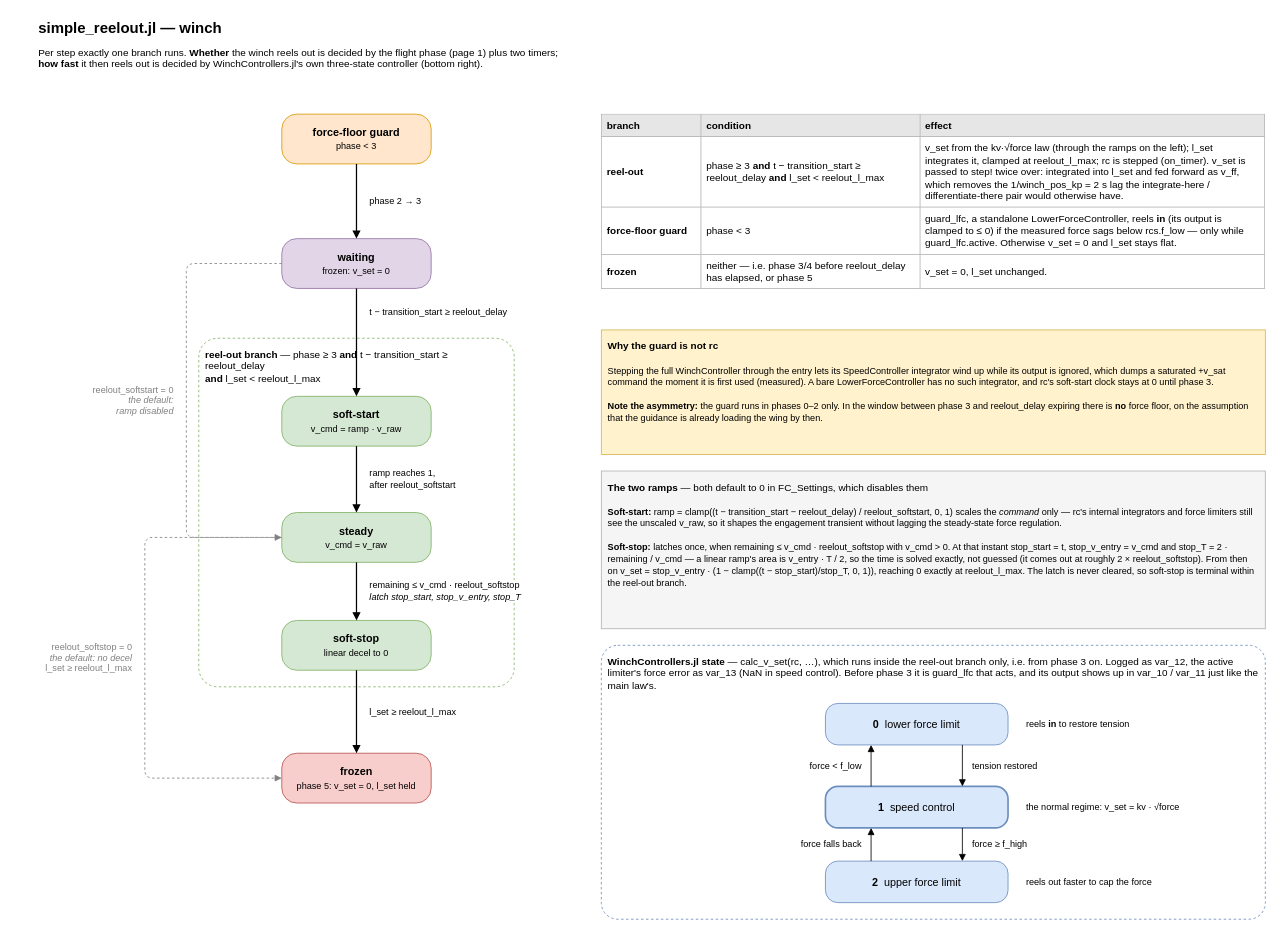
The draw.io diagram page "Winch" (2 of 2) of docs/reelout_state_machine.drawio in OpenSourceAWE/SimpleKiteControllers.jl, before the edit. Source tidied: cells renumbered, new cells numbered last; positions are measured from the earlier drawing's top-left corner, leaving out a move shared by most shapes. Both pictures are drawn from the tidied source at 83%, with x=0, y=0 at pixel (37, 14).
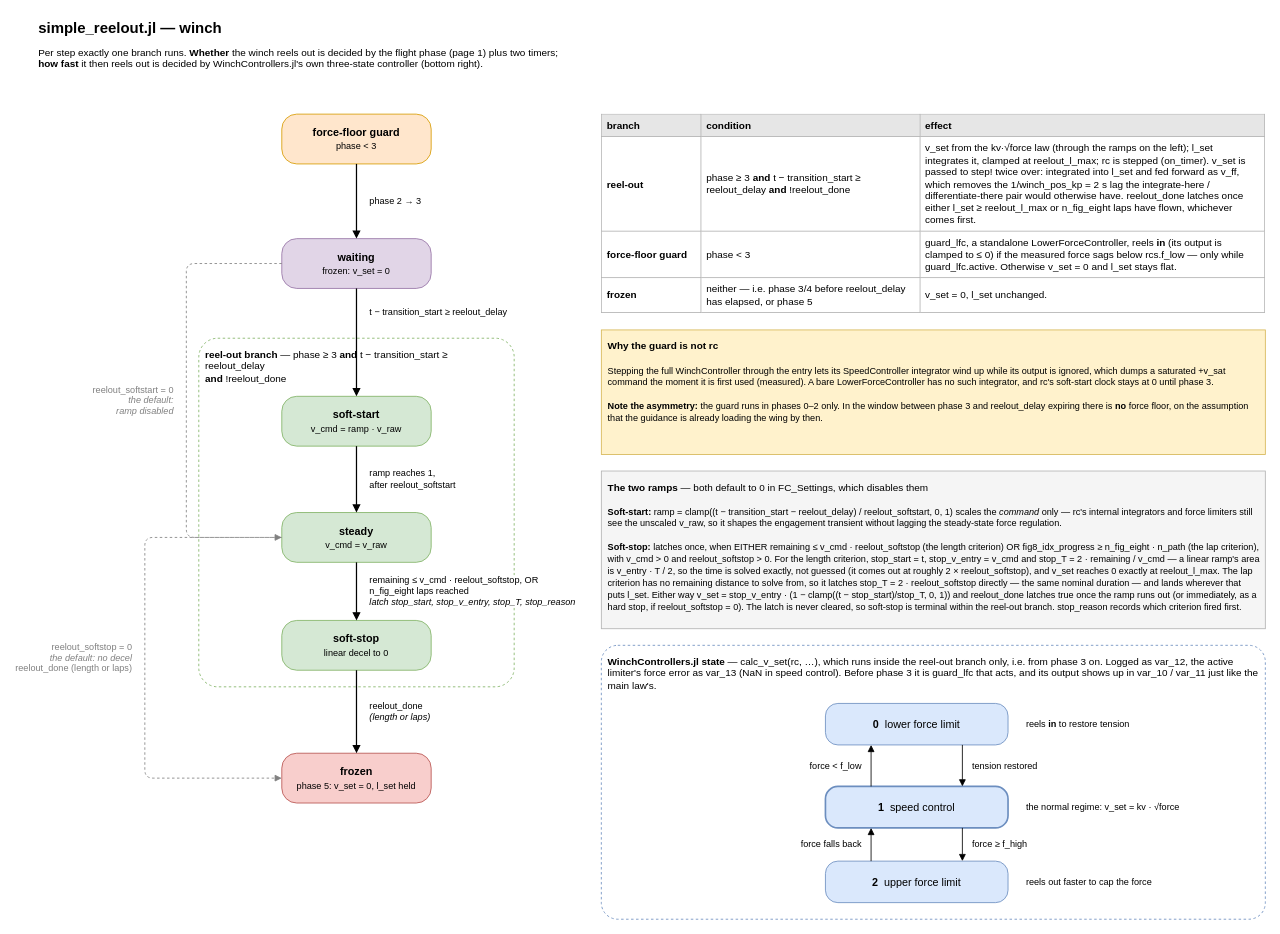
The same diagram, later.

Commit message (it also covers changes not shown here):
Add n_fig_eight limit

The change refers to these unchanged cells:
```xml
<mxCell id="8" value="&lt;b&gt;steady&lt;/b&gt;&lt;br&gt;&lt;font style=&quot;font-size:11px&quot;&gt;v_cmd = v_raw&lt;/font&gt;" style="rounded=1;arcSize=30;whiteSpace=wrap;html=1;fillColor=#d5e8d4;strokeColor=#82b366;fontSize=13;" parent="1" vertex="1">
  <mxGeometry x="295" y="600" width="180" height="60" as="geometry" />
</mxCell>
<mxCell id="9" value="&lt;b&gt;soft-stop&lt;/b&gt;&lt;br&gt;&lt;font style=&quot;font-size:11px&quot;&gt;linear decel to 0&lt;/font&gt;" style="rounded=1;arcSize=30;whiteSpace=wrap;html=1;fillColor=#d5e8d4;strokeColor=#82b366;fontSize=13;" parent="1" vertex="1">
  <mxGeometry x="295" y="730" width="180" height="60" as="geometry" />
</mxCell>
<mxCell id="10" value="&lt;b&gt;frozen&lt;/b&gt;&lt;br&gt;&lt;font style=&quot;font-size:11px&quot;&gt;phase 5: v_set = 0, l_set held&lt;/font&gt;" style="rounded=1;arcSize=30;whiteSpace=wrap;html=1;fillColor=#f8cecc;strokeColor=#b85450;fontSize=13;" parent="1" vertex="1">
  <mxGeometry x="295" y="890" width="180" height="60" as="geometry" />
</mxCell>
```

Change to the diagram source:
```diff
@@
-    <mxCell id="4" value="&lt;font style=&quot;font-size:12px&quot;&gt;&lt;b&gt;reel-out branch&lt;/b&gt; — phase ≥ 3 &lt;b&gt;and&lt;/b&gt; t − transition_start ≥ reelout_delay&lt;br&gt;&lt;b&gt;and&lt;/b&gt; l_set &amp;lt; reelout_l_max&lt;/font&gt;" style="rounded=1;arcSize=6;whiteSpace=wrap;html=1;fillColor=none;strokeColor=#82b366;dashed=1;verticalAlign=top;align=left;spacing=8;" parent="1" vertex="1">
+    <mxCell id="4" value="&lt;font style=&quot;font-size:12px&quot;&gt;&lt;b&gt;reel-out branch&lt;/b&gt; — phase ≥ 3 &lt;b&gt;and&lt;/b&gt; t − transition_start ≥ reelout_delay&lt;br&gt;&lt;b&gt;and&lt;/b&gt; !reelout_done&lt;/font&gt;" style="rounded=1;arcSize=6;whiteSpace=wrap;html=1;fillColor=none;strokeColor=#82b366;dashed=1;verticalAlign=top;align=left;spacing=8;" parent="1" vertex="1">
       <mxGeometry x="195" y="390" width="380" height="420" as="geometry" />
     </mxCell>
@@
-    <mxCell id="14" value="&lt;font style=&quot;font-size:11px&quot;&gt;remaining ≤ v_cmd · reelout_softstop&lt;br&gt;&lt;i&gt;latch stop_start, stop_v_entry, stop_T&lt;/i&gt;&lt;/font&gt;" style="edgeStyle=orthogonalEdgeStyle;rounded=1;html=1;endArrow=block;endFill=1;strokeWidth=1.5;align=left;verticalAlign=middle;labelBackgroundColor=#ffffff;" parent="1" edge="1" source="8" target="9">
+    <mxCell id="14" value="&lt;font style=&quot;font-size:11px&quot;&gt;remaining ≤ v_cmd · reelout_softstop, OR&lt;br&gt;n_fig_eight laps reached&lt;br&gt;&lt;i&gt;latch stop_start, stop_v_entry, stop_T, stop_reason&lt;/i&gt;&lt;/font&gt;" style="edgeStyle=orthogonalEdgeStyle;rounded=1;html=1;endArrow=block;endFill=1;strokeWidth=1.5;align=left;verticalAlign=middle;labelBackgroundColor=#ffffff;" parent="1" edge="1" source="8" target="9">
       <mxGeometry relative="1" as="geometry">
         <mxPoint x="14" as="offset" />
       </mxGeometry>
     </mxCell>
-    <mxCell id="15" value="&lt;font style=&quot;font-size:11px&quot;&gt;l_set ≥ reelout_l_max&lt;/font&gt;" style="edgeStyle=orthogonalEdgeStyle;rounded=1;html=1;endArrow=block;endFill=1;strokeWidth=1.5;align=left;verticalAlign=middle;labelBackgroundColor=#ffffff;" parent="1" edge="1" source="9" target="10">
+    <mxCell id="15" value="&lt;font style=&quot;font-size:11px&quot;&gt;reelout_done&lt;br&gt;&lt;i&gt;(length or laps)&lt;/i&gt;&lt;/font&gt;" style="edgeStyle=orthogonalEdgeStyle;rounded=1;html=1;endArrow=block;endFill=1;strokeWidth=1.5;align=left;verticalAlign=middle;labelBackgroundColor=#ffffff;" parent="1" edge="1" source="9" target="10">
       <mxGeometry relative="1" as="geometry">
         <mxPoint x="14" as="offset" />
       </mxGeometry>
     </mxCell>
@@
-    <mxCell id="17" value="&lt;font style=&quot;font-size:11px&quot;&gt;reelout_softstop = 0&lt;br&gt;&lt;i&gt;the default: no decel&lt;/i&gt;&lt;br&gt;l_set ≥ reelout_l_max&lt;/font&gt;" style="edgeStyle=orthogonalEdgeStyle;rounded=1;html=1;endArrow=block;endFill=1;dashed=1;strokeColor=#808080;fontColor=#808080;exitX=0;exitY=0.5;exitDx=0;exitDy=0;entryX=0;entryY=0.5;entryDx=0;entryDy=0;align=right;verticalAlign=middle;labelBackgroundColor=#ffffff;" parent="1" edge="1" source="8" target="10">
+    <mxCell id="17" value="&lt;font style=&quot;font-size:11px&quot;&gt;reelout_softstop = 0&lt;br&gt;&lt;i&gt;the default: no decel&lt;/i&gt;&lt;br&gt;reelout_done (length or laps)&lt;/font&gt;" style="edgeStyle=orthogonalEdgeStyle;rounded=1;html=1;endArrow=block;endFill=1;dashed=1;strokeColor=#808080;fontColor=#808080;exitX=0;exitY=0.5;exitDx=0;exitDy=0;entryX=0;entryY=0.5;entryDx=0;entryDy=0;align=right;verticalAlign=middle;labelBackgroundColor=#ffffff;" parent="1" edge="1" source="8" target="10">
       <mxGeometry relative="1" as="geometry">
         <Array as="points">
           <mxPoint x="130" y="630" />
           <mxPoint x="130" y="920" />
         </Array>
         <mxPoint x="-14" as="offset" />
       </mxGeometry>
     </mxCell>
-    <mxCell id="18" value="&lt;table border=&quot;1&quot; cellpadding=&quot;6&quot; cellspacing=&quot;0&quot; style=&quot;width:100%;border-collapse:collapse;font-size:12px;border-color:#b3b3b3&quot;&gt;&lt;tr style=&quot;background:#e6e6e6&quot;&gt;&lt;th align=&quot;left&quot; width=&quot;15%&quot;&gt;branch&lt;/th&gt;&lt;th align=&quot;left&quot; width=&quot;33%&quot;&gt;condition&lt;/th&gt;&lt;th align=&quot;left&quot; width=&quot;52%&quot;&gt;effect&lt;/th&gt;&lt;/tr&gt;&lt;tr&gt;&lt;td&gt;&lt;b&gt;reel-out&lt;/b&gt;&lt;/td&gt;&lt;td&gt;phase ≥ 3 &lt;b&gt;and&lt;/b&gt; t − transition_start ≥ reelout_delay &lt;b&gt;and&lt;/b&gt; l_set &amp;lt; reelout_l_max&lt;/td&gt;&lt;td&gt;v_set from the kv·√force law (through the ramps on the left); l_set integrates it, clamped at reelout_l_max; rc is stepped (on_timer). v_set is passed to step! twice over: integrated into l_set and fed forward as v_ff, which removes the 1/winch_pos_kp = 2 s lag the integrate-here / differentiate-there pair would otherwise have.&lt;/td&gt;&lt;/tr&gt;&lt;tr&gt;&lt;td&gt;&lt;b&gt;force-floor guard&lt;/b&gt;&lt;/td&gt;&lt;td&gt;phase &amp;lt; 3&lt;/td&gt;&lt;td&gt;guard_lfc, a standalone LowerForceController, reels &lt;b&gt;in&lt;/b&gt; (its output is clamped to ≤ 0) if the measured force sags below rcs.f_low — only while guard_lfc.active. Otherwise v_set = 0 and l_set stays flat.&lt;/td&gt;&lt;/tr&gt;&lt;tr&gt;&lt;td&gt;&lt;b&gt;frozen&lt;/b&gt;&lt;/td&gt;&lt;td&gt;neither — i.e. phase 3/4 before reelout_delay has elapsed, or phase 5&lt;/td&gt;&lt;td&gt;v_set = 0, l_set unchanged.&lt;/td&gt;&lt;/tr&gt;&lt;/table&gt;" style="text;html=1;whiteSpace=wrap;align=left;verticalAlign=top;overflow=fill;" parent="1" vertex="1">
+    <mxCell id="18" value="&lt;table border=&quot;1&quot; cellpadding=&quot;6&quot; cellspacing=&quot;0&quot; style=&quot;width:100%;border-collapse:collapse;font-size:12px;border-color:#b3b3b3&quot;&gt;&lt;tr style=&quot;background:#e6e6e6&quot;&gt;&lt;th align=&quot;left&quot; width=&quot;15%&quot;&gt;branch&lt;/th&gt;&lt;th align=&quot;left&quot; width=&quot;33%&quot;&gt;condition&lt;/th&gt;&lt;th align=&quot;left&quot; width=&quot;52%&quot;&gt;effect&lt;/th&gt;&lt;/tr&gt;&lt;tr&gt;&lt;td&gt;&lt;b&gt;reel-out&lt;/b&gt;&lt;/td&gt;&lt;td&gt;phase ≥ 3 &lt;b&gt;and&lt;/b&gt; t − transition_start ≥ reelout_delay &lt;b&gt;and&lt;/b&gt; !reelout_done&lt;/td&gt;&lt;td&gt;v_set from the kv·√force law (through the ramps on the left); l_set integrates it, clamped at reelout_l_max; rc is stepped (on_timer). v_set is passed to step! twice over: integrated into l_set and fed forward as v_ff, which removes the 1/winch_pos_kp = 2 s lag the integrate-here / differentiate-there pair would otherwise have. reelout_done latches once either l_set ≥ reelout_l_max or n_fig_eight laps have flown, whichever comes first.&lt;/td&gt;&lt;/tr&gt;&lt;tr&gt;&lt;td&gt;&lt;b&gt;force-floor guard&lt;/b&gt;&lt;/td&gt;&lt;td&gt;phase &amp;lt; 3&lt;/td&gt;&lt;td&gt;guard_lfc, a standalone LowerForceController, reels &lt;b&gt;in&lt;/b&gt; (its output is clamped to ≤ 0) if the measured force sags below rcs.f_low — only while guard_lfc.active. Otherwise v_set = 0 and l_set stays flat.&lt;/td&gt;&lt;/tr&gt;&lt;tr&gt;&lt;td&gt;&lt;b&gt;frozen&lt;/b&gt;&lt;/td&gt;&lt;td&gt;neither — i.e. phase 3/4 before reelout_delay has elapsed, or phase 5&lt;/td&gt;&lt;td&gt;v_set = 0, l_set unchanged.&lt;/td&gt;&lt;/tr&gt;&lt;/table&gt;" style="text;html=1;whiteSpace=wrap;align=left;verticalAlign=top;overflow=fill;" parent="1" vertex="1">
       <mxGeometry x="680" y="120" width="800" height="240" as="geometry" />
     </mxCell>
@@
-    <mxCell id="20" value="&lt;b&gt;The two ramps&lt;/b&gt; — both default to 0 in FC_Settings, which disables them&lt;br&gt;&lt;br&gt;&lt;font style=&quot;font-size:11px&quot;&gt;&lt;b&gt;Soft-start:&lt;/b&gt; ramp = clamp((t − transition_start − reelout_delay) / reelout_softstart, 0, 1) scales the &lt;i&gt;command&lt;/i&gt; only — rc's internal integrators and force limiters still see the unscaled v_raw, so it shapes the engagement transient without lagging the steady-state force regulation.&lt;br&gt;&lt;br&gt;&lt;b&gt;Soft-stop:&lt;/b&gt; latches once, when remaining ≤ v_cmd · reelout_softstop with v_cmd &amp;gt; 0. At that instant stop_start = t, stop_v_entry = v_cmd and stop_T = 2 · remaining / v_cmd — a linear ramp's area is v_entry · T / 2, so the time is solved exactly, not guessed (it comes out at roughly 2 × reelout_softstop). From then on v_set = stop_v_entry · (1 − clamp((t − stop_start)/stop_T, 0, 1)), reaching 0 exactly at reelout_l_max. The latch is never cleared, so soft-stop is terminal within the reel-out branch.&lt;/font&gt;" style="rounded=0;whiteSpace=wrap;html=1;align=left;verticalAlign=top;fillColor=#f5f5f5;strokeColor=#b3b3b3;spacing=8;" parent="1" vertex="1">
+    <mxCell id="20" value="&lt;b&gt;The two ramps&lt;/b&gt; — both default to 0 in FC_Settings, which disables them&lt;br&gt;&lt;br&gt;&lt;font style=&quot;font-size:11px&quot;&gt;&lt;b&gt;Soft-start:&lt;/b&gt; ramp = clamp((t − transition_start − reelout_delay) / reelout_softstart, 0, 1) scales the &lt;i&gt;command&lt;/i&gt; only — rc's internal integrators and force limiters still see the unscaled v_raw, so it shapes the engagement transient without lagging the steady-state force regulation.&lt;br&gt;&lt;br&gt;&lt;b&gt;Soft-stop:&lt;/b&gt; latches once, when EITHER remaining ≤ v_cmd · reelout_softstop (the length criterion) OR fig8_idx_progress ≥ n_fig_eight · n_path (the lap criterion), with v_cmd &amp;gt; 0 and reelout_softstop &amp;gt; 0. For the length criterion, stop_start = t, stop_v_entry = v_cmd and stop_T = 2 · remaining / v_cmd — a linear ramp's area is v_entry · T / 2, so the time is solved exactly, not guessed (it comes out at roughly 2 × reelout_softstop), and v_set reaches 0 exactly at reelout_l_max. The lap criterion has no remaining distance to solve from, so it latches stop_T = 2 · reelout_softstop directly — the same nominal duration — and lands wherever that puts l_set. Either way v_set = stop_v_entry · (1 − clamp((t − stop_start)/stop_T, 0, 1)) and reelout_done latches true once the ramp runs out (or immediately, as a hard stop, if reelout_softstop = 0). The latch is never cleared, so soft-stop is terminal within the reel-out branch. stop_reason records which criterion fired first.&lt;/font&gt;" style="rounded=0;whiteSpace=wrap;html=1;align=left;verticalAlign=top;fillColor=#f5f5f5;strokeColor=#b3b3b3;spacing=8;" parent="1" vertex="1">
       <mxGeometry x="680" y="550" width="800" height="190" as="geometry" />
     </mxCell>
```
